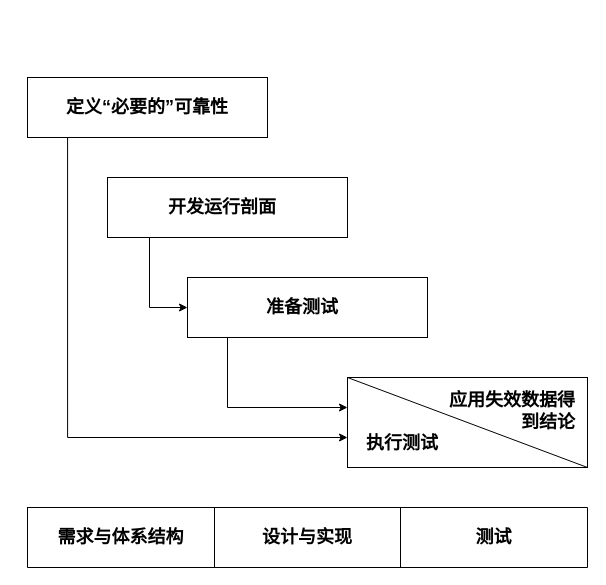
Earlier version of the draw.io diagram drawio/l1.drawio (happinessandlove/Pic). Source tidied: cells renumbered, new cells numbered last; positions are measured from the earlier drawing's top-left corner, leaving out a move shared by most shapes. Both pictures are drawn from the tidied source at 100%, with x=0, y=0 at pixel (27, 77).
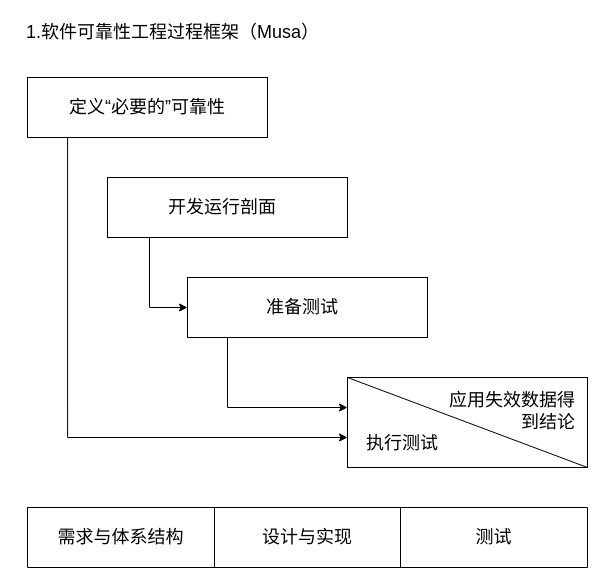
The same diagram, later.

Unchanged cells that the change refers to:
```xml
<mxCell id="16" style="shape=tableRow;horizontal=0;startSize=0;swimlaneHead=0;swimlaneBody=0;top=0;left=0;bottom=0;right=0;fillColor=none;fontSize=18;" parent="15" vertex="1">
  <mxGeometry width="560" height="60" as="geometry" />
</mxCell>
```

What changed in the source:
```diff
@@
-    <mxCell id="3" value="定义“必要的”可靠性" style="text;html=1;strokeColor=none;fillColor=none;align=center;verticalAlign=middle;whiteSpace=wrap;rounded=0;fontSize=18;fontStyle=1;" parent="1" vertex="1">
+    <mxCell id="3" value="定义“必要的”可靠性" style="text;html=1;strokeColor=none;fillColor=none;align=center;verticalAlign=middle;whiteSpace=wrap;rounded=0;fontSize=18;fontStyle=0;" parent="1" vertex="1">
       <mxGeometry x="35" y="6.2" width="170" height="47.5" as="geometry" />
     </mxCell>
@@
-    <mxCell id="11" value="开发运行剖面" style="text;html=1;strokeColor=none;fillColor=none;align=center;verticalAlign=middle;whiteSpace=wrap;rounded=0;fontSize=18;fontStyle=1;" parent="1" vertex="1">
+    <mxCell id="11" value="开发运行剖面" style="text;html=1;strokeColor=none;fillColor=none;align=center;verticalAlign=middle;whiteSpace=wrap;rounded=0;fontSize=18;fontStyle=0;" parent="1" vertex="1">
       <mxGeometry x="110" y="106.2" width="170" height="47.5" as="geometry" />
     </mxCell>
-    <mxCell id="12" value="准备测试" style="text;html=1;strokeColor=none;fillColor=none;align=center;verticalAlign=middle;whiteSpace=wrap;rounded=0;fontSize=18;fontStyle=1;" parent="1" vertex="1">
+    <mxCell id="12" value="准备测试" style="text;html=1;strokeColor=none;fillColor=none;align=center;verticalAlign=middle;whiteSpace=wrap;rounded=0;fontSize=18;fontStyle=0;" parent="1" vertex="1">
       <mxGeometry x="190" y="206.2" width="170" height="47.5" as="geometry" />
     </mxCell>
-    <mxCell id="13" value="执行测试" style="text;html=1;strokeColor=none;fillColor=none;align=center;verticalAlign=middle;whiteSpace=wrap;rounded=0;fontSize=18;fontStyle=1;" parent="1" vertex="1">
+    <mxCell id="13" value="执行测试" style="text;html=1;strokeColor=none;fillColor=none;align=center;verticalAlign=middle;whiteSpace=wrap;rounded=0;fontSize=18;fontStyle=0;" parent="1" vertex="1">
       <mxGeometry x="290" y="342.5" width="170" height="47.5" as="geometry" />
     </mxCell>
-    <mxCell id="14" value="应用失效数据得&lt;br&gt;到结论" style="text;html=1;strokeColor=none;fillColor=none;align=right;verticalAlign=middle;whiteSpace=wrap;rounded=0;fontSize=18;fontStyle=1;" parent="1" vertex="1">
+    <mxCell id="14" value="应用失效数据得&lt;br&gt;到结论" style="text;html=1;strokeColor=none;fillColor=none;align=right;verticalAlign=middle;whiteSpace=wrap;rounded=0;fontSize=18;fontStyle=0;" parent="1" vertex="1">
       <mxGeometry x="380" y="310" width="170" height="47.5" as="geometry" />
     </mxCell>
@@
-    <mxCell id="17" value="&lt;b&gt;需求与体系结构&lt;/b&gt;" style="shape=partialRectangle;html=1;whiteSpace=wrap;fillColor=none;top=0;left=0;bottom=0;right=0;overflow=hidden;fontSize=18;" parent="16" vertex="1">
+    <mxCell id="17" value="需求与体系结构" style="shape=partialRectangle;html=1;whiteSpace=wrap;fillColor=none;top=0;left=0;bottom=0;right=0;overflow=hidden;fontSize=18;fontStyle=0;" parent="16" vertex="1">
       <mxGeometry width="187" height="60" as="geometry" />
     </mxCell>
-    <mxCell id="18" value="&lt;b&gt;设计与实现&lt;/b&gt;" style="shape=partialRectangle;html=1;whiteSpace=wrap;fillColor=none;top=0;left=0;bottom=0;right=0;overflow=hidden;fontSize=18;" parent="16" vertex="1">
+    <mxCell id="18" value="&lt;span&gt;设计与实现&lt;/span&gt;" style="shape=partialRectangle;html=1;whiteSpace=wrap;fillColor=none;top=0;left=0;bottom=0;right=0;overflow=hidden;fontSize=18;fontStyle=0;" parent="16" vertex="1">
       <mxGeometry x="187" width="186" height="60" as="geometry" />
     </mxCell>
-    <mxCell id="19" value="&lt;b&gt;测试&lt;/b&gt;" style="shape=partialRectangle;html=1;whiteSpace=wrap;fillColor=none;top=0;left=0;bottom=0;right=0;overflow=hidden;fontSize=18;" parent="16" vertex="1">
+    <mxCell id="19" value="&lt;span style=&quot;font-weight: normal&quot;&gt;测试&lt;/span&gt;" style="shape=partialRectangle;html=1;whiteSpace=wrap;fillColor=none;top=0;left=0;bottom=0;right=0;overflow=hidden;fontSize=18;fontStyle=1;" parent="16" vertex="1">
       <mxGeometry x="373" width="187" height="60" as="geometry" />
     </mxCell>
+    <mxCell id="20" value="1.软件可靠性工程过程框架（Musa）" style="text;html=1;align=center;verticalAlign=middle;strokeColor=none;fillColor=none;fontSize=18;" parent="1" vertex="1">
+      <mxGeometry x="-10" y="-60" width="310" height="30" as="geometry" />
+    </mxCell>
```
